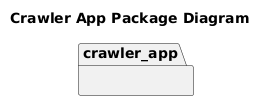
fastrobotics/crawler_app keeps this PlantUML diagram as doc/output/CrawlerAppPackageDiagram.png. Above is the earlier version. The source it was exported from:
```plantuml
@startuml
title Crawler App Package Diagram

package crawler_app {
}

@enduml
```
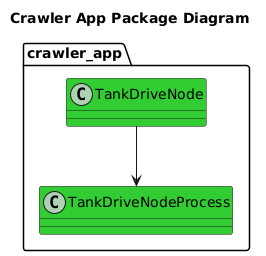
After the commit.

Change to the diagram source:
```diff
@@ -2,6 +2,9 @@
 title Crawler App Package Diagram
 
 package crawler_app {
+    class TankDriveNode #LimeGreen
+    class TankDriveNodeProcess #LimeGreen
+    TankDriveNode --> TankDriveNodeProcess
 }
 
 @enduml
```
